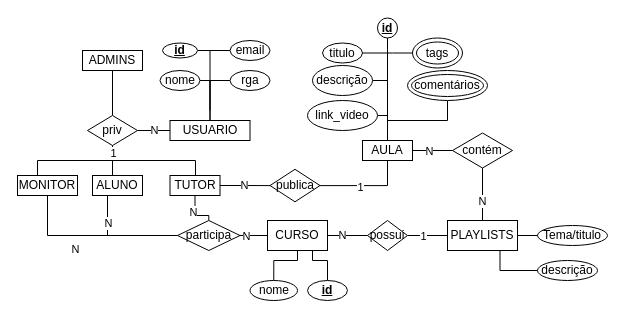
Before: Untitled Diagram.drawio in douglas-terra/r1, a draw.io diagram. Source tidied: cells renumbered, new cells numbered last; positions are measured from the earlier drawing's top-left corner, leaving out a move shared by most shapes. Both pictures are drawn from the tidied source at 100%, with x=0, y=0 at pixel (17, 18).
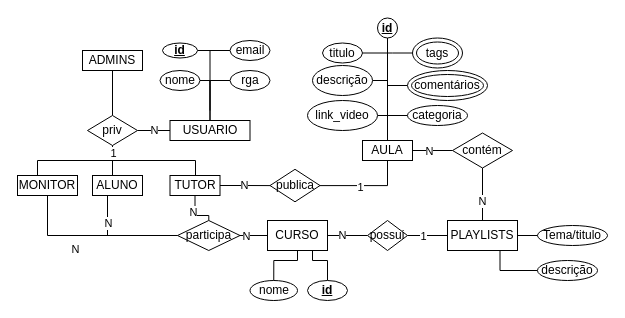
The same diagram, later.

Unchanged cells that the change refers to:
```xml
<mxCell id="37" value="AULA" style="rounded=0;whiteSpace=wrap;html=1;" parent="1" vertex="1">
  <mxGeometry x="345" y="122" width="50" height="20" as="geometry" />
</mxCell>
<mxCell id="55" value="comentários" style="ellipse;shape=doubleEllipse;whiteSpace=wrap;html=1;strokeColor=#000000;" parent="1" vertex="1">
  <mxGeometry x="390" y="52" width="80" height="30" as="geometry" />
</mxCell>
```

What changed in the source:
```diff
@@
-    <mxCell id="54" style="edgeStyle=orthogonalEdgeStyle;rounded=0;jettySize=auto;html=1;entryX=0.5;entryY=0;entryDx=0;entryDy=0;endArrow=none;endFill=0;strokeColor=#000000;" parent="1" edge="1" source="55" target="37">
-      <mxGeometry relative="1" as="geometry" />
+    <mxCell id="54" style="edgeStyle=orthogonalEdgeStyle;rounded=0;jettySize=auto;html=1;endArrow=none;endFill=0;strokeColor=#000000;" parent="1" edge="1" source="55" target="37">
+      <mxGeometry relative="1" as="geometry">
+        <Array as="points">
+          <mxPoint x="370" y="67" />
+        </Array>
+      </mxGeometry>
     </mxCell>
@@
+    <mxCell id="68" style="edgeStyle=orthogonalEdgeStyle;rounded=0;jettySize=auto;html=1;entryX=0.5;entryY=0;entryDx=0;entryDy=0;endArrow=none;endFill=0;strokeColor=#000000;" parent="1" edge="1" source="69" target="37">
+      <mxGeometry relative="1" as="geometry">
+        <Array as="points">
+          <mxPoint x="370" y="97" />
+        </Array>
+      </mxGeometry>
+    </mxCell>
+    <mxCell id="69" value="categoria" style="ellipse;whiteSpace=wrap;html=1;strokeColor=#000000;" parent="1" vertex="1">
+      <mxGeometry x="390" y="87" width="60" height="20" as="geometry" />
+    </mxCell>
```
